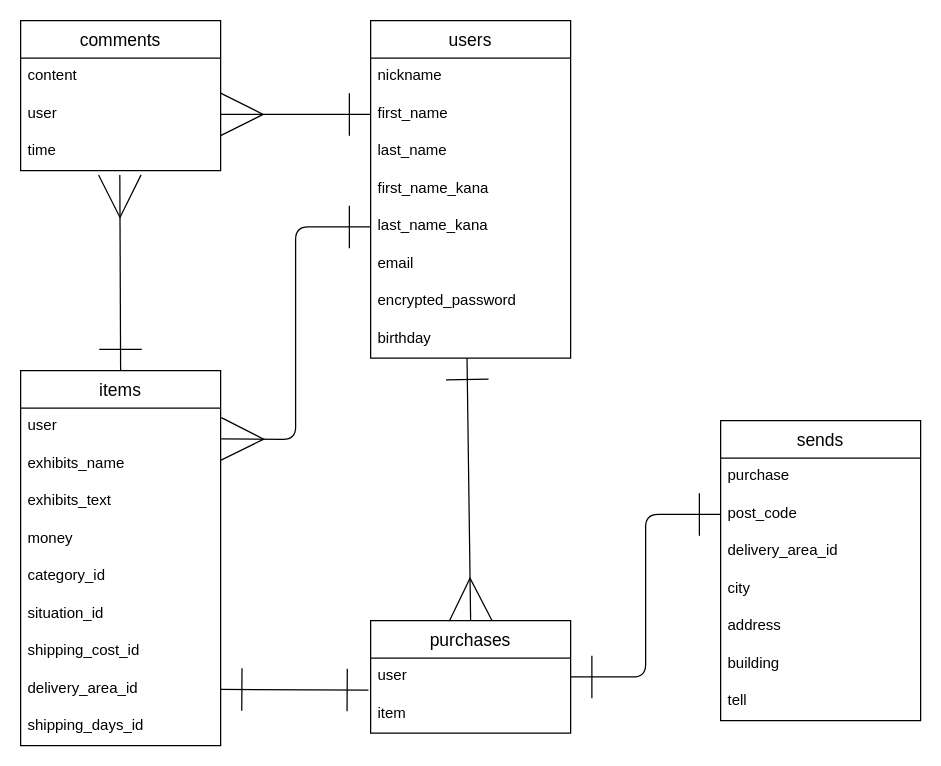
Above: furima-38019.dio in uratatamotsu/furima-38019 (draw.io), before the change. Source tidied: cells renumbered, new cells numbered last; positions are measured from the earlier drawing's top-left corner, leaving out a move shared by most shapes. Both pictures are drawn from the tidied source at 125%, with x=0, y=0 at pixel (20, 20).
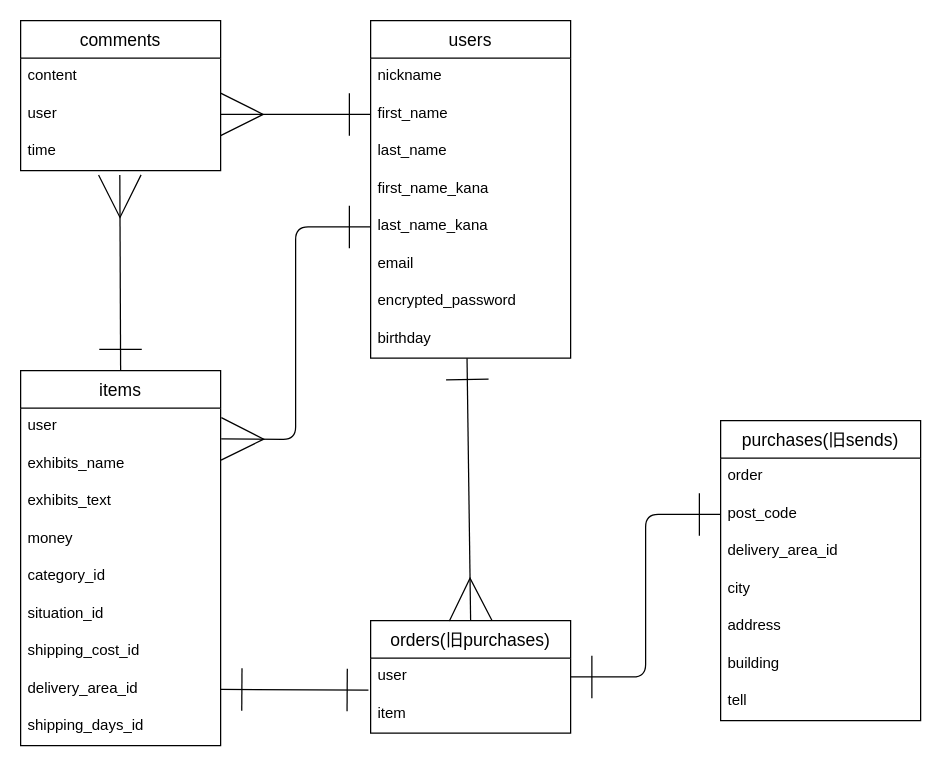
After the change.

Diff of the diagram source:
```diff
@@
-    <mxCell id="26" value="purchases" style="swimlane;fontStyle=0;horizontal=1;startSize=30;align=center;fontSize=14;" parent="1" vertex="1">
+    <mxCell id="26" value="orders(旧purchases)" style="swimlane;fontStyle=0;horizontal=1;startSize=30;align=center;fontSize=14;" parent="1" vertex="1">
       <mxGeometry x="280" y="480" width="160" height="90" as="geometry" />
     </mxCell>
@@
-    <mxCell id="29" value="sends" style="swimlane;fontStyle=0;horizontal=1;startSize=30;align=center;fontSize=14;" parent="1" vertex="1">
+    <mxCell id="29" value="purchases(旧sends)" style="swimlane;fontStyle=0;horizontal=1;startSize=30;align=center;fontSize=14;" parent="1" vertex="1">
       <mxGeometry x="560" y="320" width="160" height="240" as="geometry" />
     </mxCell>
-    <mxCell id="30" value="purchase" style="text;strokeColor=none;fillColor=none;spacingLeft=4;spacingRight=4;overflow=hidden;fontSize=12;" parent="29" vertex="1">
+    <mxCell id="30" value="order" style="text;strokeColor=none;fillColor=none;spacingLeft=4;spacingRight=4;overflow=hidden;fontSize=12;" parent="29" vertex="1">
       <mxGeometry y="30" width="160" height="30" as="geometry" />
     </mxCell>
```
